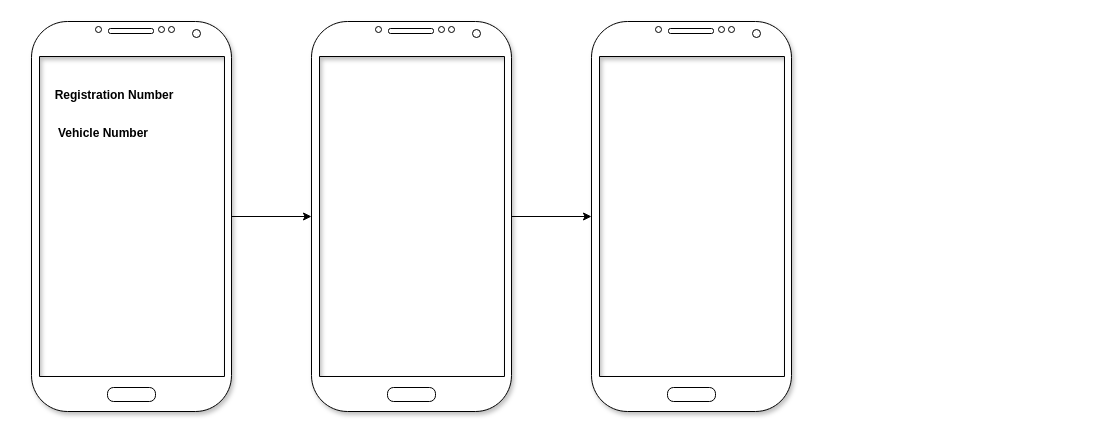
The draw.io diagram Untitled Diagram.drawio in YashikMendon99/taskinductionday2, before the edit. Source tidied: cells renumbered, new cells numbered last; positions are measured from the earlier drawing's top-left corner, leaving out a move shared by most shapes. Both pictures are drawn from the tidied source at 100%, with x=0, y=0 at pixel (31, 21).
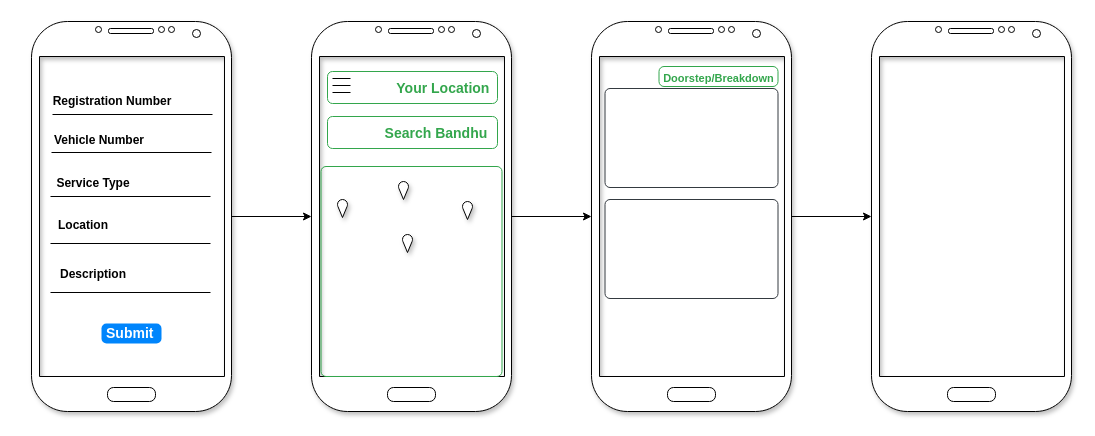
Above is the later version.

Unchanged cells that the change refers to:
```xml
<mxCell id="6" style="verticalLabelPosition=bottom;verticalAlign=top;html=1;shadow=1;dashed=0;strokeWidth=1;shape=mxgraph.android.phone2;strokeColor=#000000;" parent="1" vertex="1">
  <mxGeometry x="560" width="200" height="390" as="geometry" />
</mxCell>
```

The edit, as a diff of the source:
```diff
@@
+    <mxCell id="9" style="edgeStyle=orthogonalEdgeStyle;rounded=0;jettySize=auto;html=1;fontSize=14;" parent="1" edge="1" source="6" target="25">
+      <mxGeometry relative="1" as="geometry" />
+    </mxCell>
@@
     <mxCell id="7" value="&lt;b&gt;Registration Number&lt;/b&gt;" style="text;html=1;strokeColor=none;fillColor=none;align=center;verticalAlign=middle;whiteSpace=wrap;rounded=0;shadow=1;" parent="1" vertex="1">
-      <mxGeometry x="21" y="59" width="124" height="30" as="geometry" />
+      <mxGeometry x="19" y="65" width="124" height="30" as="geometry" />
     </mxCell>
     <mxCell id="8" value="&lt;b&gt;Vehicle Number&lt;/b&gt;" style="text;html=1;strokeColor=none;fillColor=none;align=center;verticalAlign=middle;whiteSpace=wrap;rounded=0;shadow=1;" parent="1" vertex="1">
-      <mxGeometry x="10" y="97" width="124" height="30" as="geometry" />
+      <mxGeometry x="6" y="104" width="124" height="30" as="geometry" />
     </mxCell>
+    <mxCell id="10" style="endArrow=none;html=1;rounded=0;" parent="1" edge="1">
+      <mxGeometry relative="1" as="geometry">
+        <mxPoint x="21" y="93" as="sourcePoint" />
+        <mxPoint x="181" y="93" as="targetPoint" />
+      </mxGeometry>
+    </mxCell>
+    <mxCell id="11" style="endArrow=none;html=1;rounded=0;" parent="1" edge="1">
+      <mxGeometry relative="1" as="geometry">
+        <mxPoint x="20" y="131" as="sourcePoint" />
+        <mxPoint x="180" y="131" as="targetPoint" />
+      </mxGeometry>
+    </mxCell>
+    <mxCell id="12" value="&lt;b&gt;Service Type&lt;br&gt;&lt;br&gt;&lt;/b&gt;" style="text;html=1;strokeColor=none;fillColor=none;align=center;verticalAlign=middle;whiteSpace=wrap;rounded=0;shadow=1;" parent="1" vertex="1">
+      <mxGeometry y="154" width="124" height="30" as="geometry" />
+    </mxCell>
+    <mxCell id="13" style="endArrow=none;html=1;rounded=0;" parent="1" edge="1">
+      <mxGeometry relative="1" as="geometry">
+        <mxPoint x="19" y="175" as="sourcePoint" />
+        <mxPoint x="179" y="175" as="targetPoint" />
+      </mxGeometry>
+    </mxCell>
+    <mxCell id="14" value="&lt;b&gt;Location&lt;br&gt;&lt;br&gt;&lt;/b&gt;" style="text;html=1;strokeColor=none;fillColor=none;align=center;verticalAlign=middle;whiteSpace=wrap;rounded=0;shadow=1;" parent="1" vertex="1">
+      <mxGeometry x="-10" y="196" width="124" height="30" as="geometry" />
+    </mxCell>
+    <mxCell id="15" style="endArrow=none;html=1;rounded=0;" parent="1" edge="1">
+      <mxGeometry relative="1" as="geometry">
+        <mxPoint x="19" y="222" as="sourcePoint" />
+        <mxPoint x="179" y="222" as="targetPoint" />
+      </mxGeometry>
+    </mxCell>
+    <mxCell id="16" value="&lt;b&gt;Description&lt;br&gt;&lt;/b&gt;" style="text;html=1;strokeColor=none;fillColor=none;align=center;verticalAlign=middle;whiteSpace=wrap;rounded=0;shadow=1;" parent="1" vertex="1">
+      <mxGeometry y="238" width="124" height="30" as="geometry" />
+    </mxCell>
+    <mxCell id="17" style="endArrow=none;html=1;rounded=0;" parent="1" edge="1">
+      <mxGeometry relative="1" as="geometry">
+        <mxPoint x="19" y="271" as="sourcePoint" />
+        <mxPoint x="179" y="271" as="targetPoint" />
+      </mxGeometry>
+    </mxCell>
+    <mxCell id="18" value="Submit" style="html=1;shadow=0;dashed=0;shape=mxgraph.bootstrap.rrect;rSize=5;strokeColor=none;strokeWidth=1;fillColor=#0085FC;fontColor=#FFFFFF;whiteSpace=wrap;align=left;verticalAlign=middle;spacingLeft=0;fontStyle=1;fontSize=14;spacing=5;" parent="1" vertex="1">
+      <mxGeometry x="70" y="302" width="60" height="20" as="geometry" />
+    </mxCell>
+    <mxCell id="19" value="&amp;nbsp; &amp;nbsp; &amp;nbsp; &amp;nbsp; &amp;nbsp; &amp;nbsp; &amp;nbsp;&lt;font style=&quot;font-size: 14px;&quot;&gt; &lt;b&gt;Your Location&lt;/b&gt;&lt;/font&gt;" style="html=1;shadow=0;dashed=0;shape=mxgraph.bootstrap.rrect;rSize=5;strokeColor=#33A64C;strokeWidth=1;fillColor=none;fontColor=#33A64C;whiteSpace=wrap;align=center;verticalAlign=middle;spacingLeft=0;fontStyle=0;fontSize=16;spacing=5;" parent="1" vertex="1">
+      <mxGeometry x="296" y="50" width="170" height="32" as="geometry" />
+    </mxCell>
+    <mxCell id="20" style="endArrow=none;html=1;rounded=0;" parent="1" edge="1">
+      <mxGeometry relative="1" as="geometry">
+        <mxPoint x="301" y="57" as="sourcePoint" />
+        <mxPoint x="319" y="57" as="targetPoint" />
+      </mxGeometry>
+    </mxCell>
+    <mxCell id="21" style="endArrow=none;html=1;rounded=0;" parent="1" edge="1">
+      <mxGeometry relative="1" as="geometry">
+        <mxPoint x="301" y="64" as="sourcePoint" />
+        <mxPoint x="319" y="64" as="targetPoint" />
+      </mxGeometry>
+    </mxCell>
+    <mxCell id="22" style="endArrow=none;html=1;rounded=0;" parent="1" edge="1">
+      <mxGeometry relative="1" as="geometry">
+        <mxPoint x="301" y="71" as="sourcePoint" />
+        <mxPoint x="319" y="71" as="targetPoint" />
+      </mxGeometry>
+    </mxCell>
+    <mxCell id="23" value="&lt;b&gt;&amp;nbsp; &amp;nbsp; &amp;nbsp; &amp;nbsp; &amp;nbsp;&lt;font style=&quot;font-size: 14px;&quot;&gt; &amp;nbsp;Search Bandhu&lt;/font&gt;&lt;/b&gt;" style="html=1;shadow=0;dashed=0;shape=mxgraph.bootstrap.rrect;rSize=5;strokeColor=#33A64C;strokeWidth=1;fillColor=none;fontColor=#33A64C;whiteSpace=wrap;align=center;verticalAlign=middle;spacingLeft=0;fontStyle=0;fontSize=16;spacing=5;" parent="1" vertex="1">
+      <mxGeometry x="296" y="95" width="170" height="32" as="geometry" />
+    </mxCell>
+    <mxCell id="24" style="html=1;shadow=0;dashed=0;shape=mxgraph.bootstrap.rrect;rSize=5;strokeColor=#33A64C;strokeWidth=1;fillColor=none;fontColor=#33A64C;whiteSpace=wrap;align=center;verticalAlign=middle;spacingLeft=0;fontStyle=0;fontSize=16;spacing=5;" parent="1" vertex="1">
+      <mxGeometry x="289.5" y="145" width="181" height="210" as="geometry" />
+    </mxCell>
+    <mxCell id="25" style="verticalLabelPosition=bottom;verticalAlign=top;html=1;shadow=1;dashed=0;strokeWidth=1;shape=mxgraph.android.phone2;strokeColor=#000000;" parent="1" vertex="1">
+      <mxGeometry x="840" width="200" height="390" as="geometry" />
+    </mxCell>
+    <mxCell id="26" style="verticalLabelPosition=bottom;verticalAlign=top;html=1;shape=mxgraph.basic.drop;shadow=1;fontSize=14;strokeColor=#000000;direction=west;" parent="1" vertex="1">
+      <mxGeometry x="306" y="178" width="10" height="18" as="geometry" />
+    </mxCell>
+    <mxCell id="27" style="verticalLabelPosition=bottom;verticalAlign=top;html=1;shape=mxgraph.basic.drop;shadow=1;fontSize=14;strokeColor=#000000;direction=west;" parent="1" vertex="1">
+      <mxGeometry x="371" y="213" width="10" height="18" as="geometry" />
+    </mxCell>
+    <mxCell id="28" style="verticalLabelPosition=bottom;verticalAlign=top;html=1;shape=mxgraph.basic.drop;shadow=1;fontSize=14;strokeColor=#000000;direction=west;" parent="1" vertex="1">
+      <mxGeometry x="367" y="160" width="10" height="18" as="geometry" />
+    </mxCell>
+    <mxCell id="29" style="verticalLabelPosition=bottom;verticalAlign=top;html=1;shape=mxgraph.basic.drop;shadow=1;fontSize=14;strokeColor=#000000;direction=west;" parent="1" vertex="1">
+      <mxGeometry x="431" y="180" width="10" height="18" as="geometry" />
+    </mxCell>
+    <mxCell id="30" style="html=1;shadow=0;dashed=0;shape=mxgraph.bootstrap.rrect;rSize=5;strokeColor=#343A40;strokeWidth=1;fillColor=none;fontColor=#343A40;whiteSpace=wrap;align=center;verticalAlign=middle;spacingLeft=0;fontStyle=0;fontSize=16;spacing=5;" parent="1" vertex="1">
+      <mxGeometry x="573.5" y="67" width="173" height="99" as="geometry" />
+    </mxCell>
+    <mxCell id="31" style="html=1;shadow=0;dashed=0;shape=mxgraph.bootstrap.rrect;rSize=5;strokeColor=#343A40;strokeWidth=1;fillColor=none;fontColor=#343A40;whiteSpace=wrap;align=center;verticalAlign=middle;spacingLeft=0;fontStyle=0;fontSize=16;spacing=5;" parent="1" vertex="1">
+      <mxGeometry x="573.5" y="178" width="173" height="99" as="geometry" />
+    </mxCell>
+    <mxCell id="32" value="&lt;font style=&quot;font-size: 11px;&quot;&gt;&lt;b&gt;Doorstep/Breakdown&lt;/b&gt;&lt;/font&gt;" style="html=1;shadow=0;dashed=0;shape=mxgraph.bootstrap.rrect;rSize=5;strokeColor=#33A64C;strokeWidth=1;fillColor=none;fontColor=#33A64C;whiteSpace=wrap;align=center;verticalAlign=middle;spacingLeft=0;fontStyle=0;fontSize=16;spacing=5;" parent="1" vertex="1">
+      <mxGeometry x="627.5" y="45" width="119" height="20" as="geometry" />
+    </mxCell>
```
